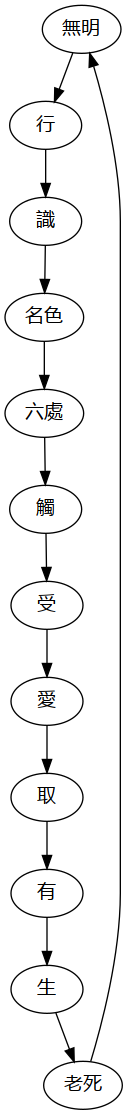
This is 释家/images/十二因缘.png from kapmahc/bear, a Graphviz export, as it was before one commit. Its source is kept beside it as 释家/images/十二因缘.dot. Its diagram source:
```dot
digraph G {
  無明->行->識->名色->六處->觸->受->愛->取->有->生->老死->無明;
}
```
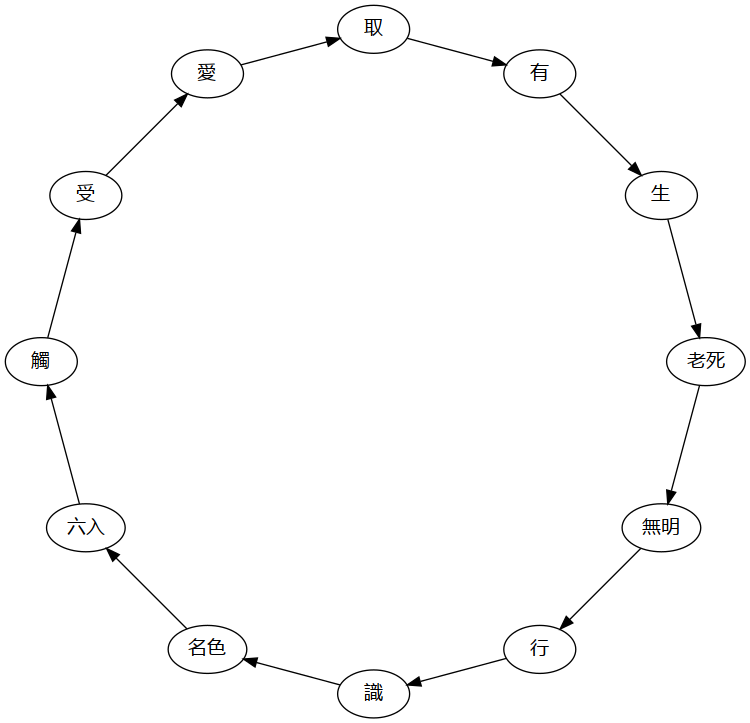
After the change.

Change to the diagram source:
```diff
@@ -1,3 +1,3 @@
 digraph G {
-  無明->行->識->名色->六處->觸->受->愛->取->有->生->老死->無明;
+  無明->行->識->名色->六入->觸->受->愛->取->有->生->老死->無明;
 }
```
